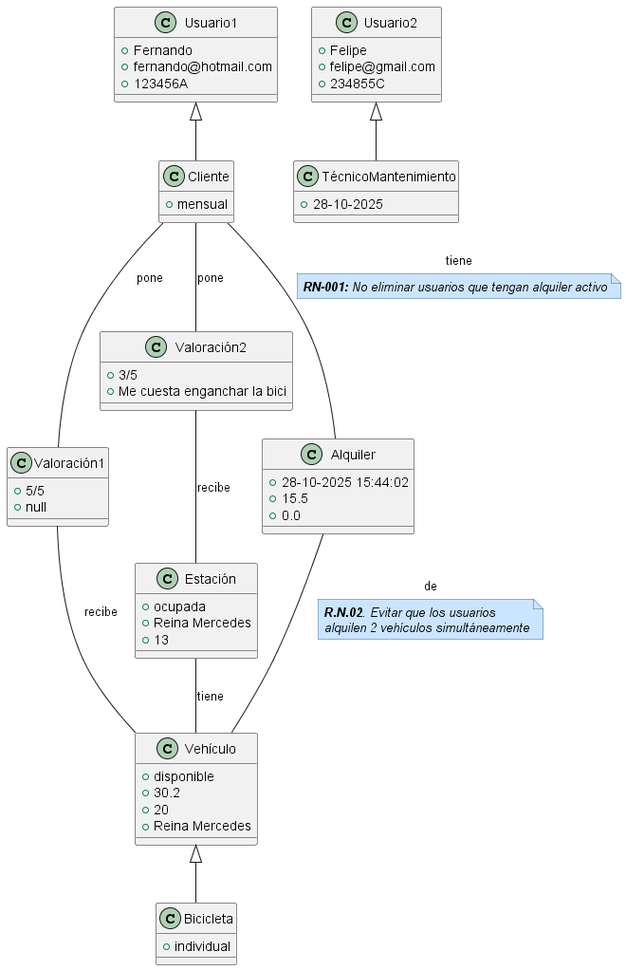
Before: modelos_conceptuales/EscenarioPruebas.png, a diagram exported from PlantUML (VVF2245/EasyVPM-Database).
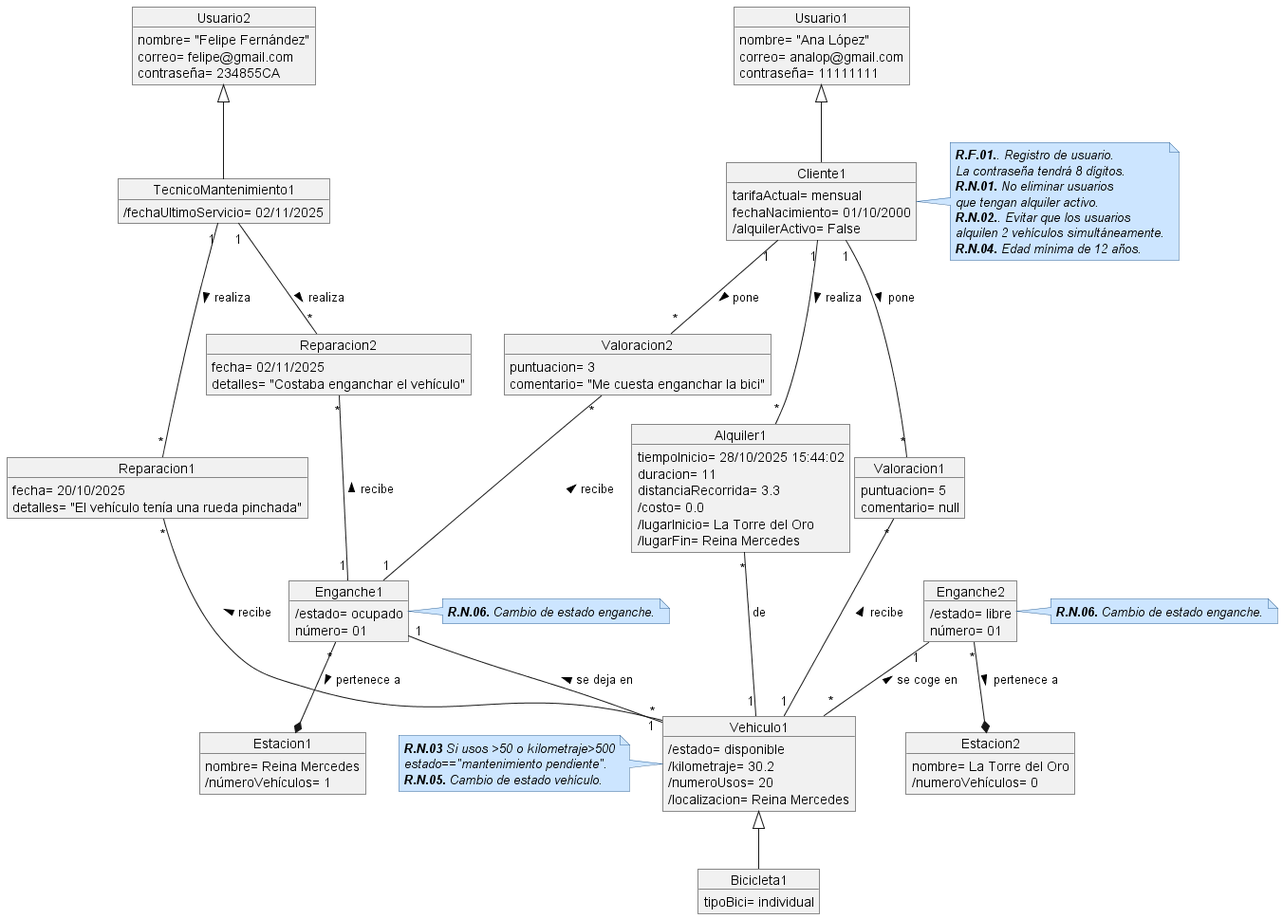
Later version of the same file.

The edit, as a diff of the source:
```diff
@@ -6,82 +6,136 @@
   FontStyle italic
 }
 
-class Usuario1 {
-    +Fernando
-    +fernando@hotmail.com
-    +123456A
+object Usuario1 {
+    nombre= "Ana López"
+    correo= analop@gmail.com
+    contraseña= 11111111
 }
 
-class Usuario2 {
-    +Felipe
-    +felipe@gmail.com
-    +234855C
-
+object Usuario2 {
+    nombre= "Felipe Fernández"
+    correo= felipe@gmail.com
+    contraseña= 234855CA
 }
 
-class Cliente {
-    +mensual
+object Cliente1 {
+    tarifaActual= mensual
+    fechaNacimiento= 01/10/2000
+    /alquilerActivo= False
+}
+note right
+ **R.F.01.**. Registro de usuario.
+ La contraseña tendrá 8 dígitos.
+ **R.N.01.** No eliminar usuarios
+ que tengan alquiler activo.
+ **R.N.02.**. Evitar que los usuarios
+ alquilen 2 vehículos simultáneamente.
+ **R.N.04.** Edad mínima de 12 años.
+end note
+
+
+object TecnicoMantenimiento1 {
+    /fechaUltimoServicio= 02/11/2025
 }
 
-class TécnicoMantenimiento {
-    +28-10-2025
+object Reparacion1 {
+    fecha= 20/10/2025
+    detalles= "El vehículo tenía una rueda pinchada"
 }
 
-class Valoración1 {
-    +5/5
-    +null
+object Reparacion2 {
+    fecha= 02/11/2025
+    detalles= "Costaba enganchar el vehículo"
 }
 
-class Valoración2 {
-    +3/5
-    +Me cuesta enganchar la bici
+object Valoracion1 {
+    puntuacion= 5
+    comentario= null
 }
 
-class Alquiler {
-    +28-10-2025 15:44:02
-    +15.5
-    +0.0
+object Valoracion2 {
+    puntuacion= 3
+    comentario= "Me cuesta enganchar la bici"
 }
 
-class Vehículo {
-    +disponible
-    +30.2
-    +20
-    +Reina Mercedes
+object Alquiler1 {
+    tiempoInicio= 28/10/2025 15:44:02
+    duracion= 11
+    distanciaRecorrida= 3.3
+    /costo= 0.0
+    /lugarInicio= La Torre del Oro
+    /lugarFin= Reina Mercedes
 }
 
-class Estación {
-    +ocupada
-    +Reina Mercedes
-    +13
+object Vehiculo1 {
+    /estado= disponible
+    /kilometraje= 30.2
+    /numeroUsos= 20
+    /localizacion= Reina Mercedes
+}
+note left
+ **R.N.03** Si usos >50 o kilometraje>500
+ estado=="mantenimiento pendiente".
+ **R.N.05.** Cambio de estado vehículo.
+end note
+
+object Estacion1 {
+    nombre= Reina Mercedes
+    /númeroVehículos= 1
 }
 
-class Bicicleta {
-    +individual
+object Estacion2 {
+    nombre= La Torre del Oro
+    /numeroVehículos= 0
+}
+
+object Enganche1 {
+    /estado= ocupado
+    número= 01
+}
+note right
+ **R.N.06.** Cambio de estado enganche.
+end note
+
+object Enganche2 {
+    /estado= libre
+    número= 01
+}
+note right
+ **R.N.06.** Cambio de estado enganche.
+end note
+
+object Bicicleta1 {
+    tipoBici= individual
 }
 
 
-Usuario1 <|-- Cliente
-Usuario2 <|-- TécnicoMantenimiento
+Usuario1 <|-- Cliente1
+Usuario2 <|-- TecnicoMantenimiento1
 
-Cliente -- Valoración1 : pone
-Cliente -- Valoración2 : pone
-Valoración1 -- Vehículo : recibe
-Valoración2 -- Estación : recibe
+Enganche1 "*"--* Estacion1 : pertenece a >
+Enganche2 "*"--* Estacion2 : pertenece a >
 
-Estación -- Vehículo : tiene
+Cliente1 "1"--"*" Valoracion1 : pone >
+Cliente1 "1"--"*" Valoracion2 : pone >
 
-Cliente --  Alquiler: tiene
+Valoracion1 "*"--"1" Vehiculo1 : recibe <
+Valoracion2 "*"--"1" Enganche1 : recibe <
 
-note on link
-  **RN-001:** No eliminar usuarios que tengan alquiler activo
-end note
+TecnicoMantenimiento1 "1"--"*" Reparacion1 : realiza >
+TecnicoMantenimiento1 "1"--"*" Reparacion2 : realiza >
+Reparacion1 "*"--"1" Vehiculo1 : recibe <
+Reparacion2 "*"--"1" Enganche1 : recibe <
 
-Alquiler -- Vehículo: de
-note on link
-    **R.N.02**. Evitar que los usuarios
-    alquilen 2 vehículos simultáneamente
-end note
-Vehículo <|-- Bicicleta
+Enganche1 "1" --"*" Vehiculo1 : se deja en <
+Enganche2 "1"--"*" Vehiculo1 : se coge en <
+
+
+Cliente1 "1"--"*"  Alquiler1: realiza >
+
+Alquiler1 "*"--"1" Vehiculo1: de
+
+Vehiculo1 <|-- Bicicleta1
+
 
 @enduml
```
